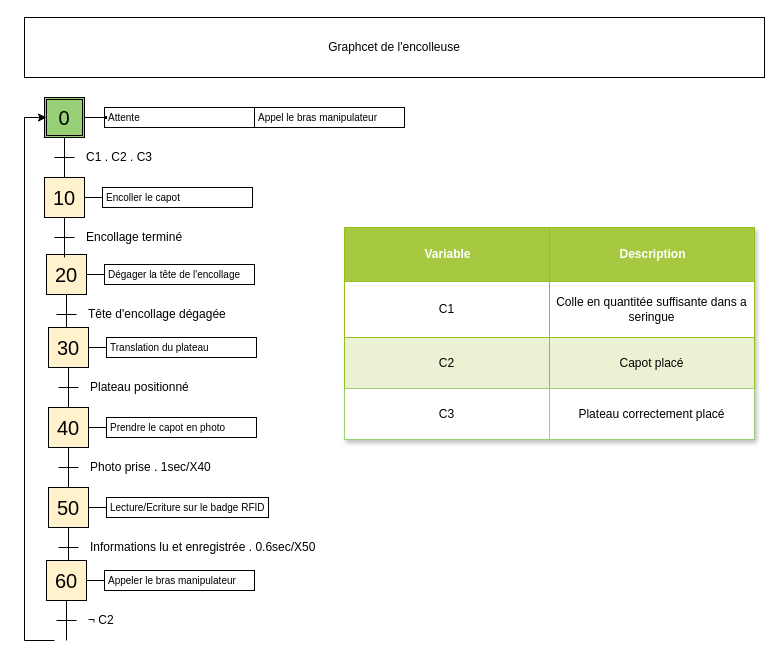
The draw.io diagram PDCA5 (AUTOMATISATION-ERGONOMIE)/GRAFCET/GrafcetEncolleuse.drawio in CharifMah/Systemes_automatises, before the edit. Source tidied: cells renumbered, new cells numbered last; positions are measured from the earlier drawing's top-left corner, leaving out a move shared by most shapes. Both pictures are drawn from the tidied source at 100%, with x=0, y=0 at pixel (24, 17).
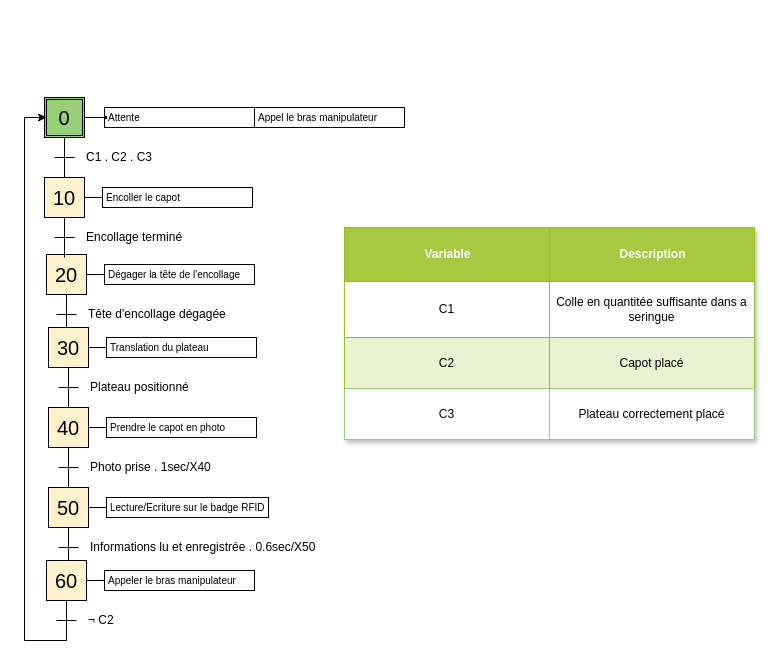
Above is the later version.

The change refers to these unchanged cells:
```xml
<mxCell id="19" value="0" style="rounded=0;whiteSpace=wrap;html=1;fontSize=20;align=center;gradientColor=#97d077;fillColor=none;imageWidth=20;imageHeight=20;" parent="17" vertex="1">
  <mxGeometry x="2" y="2" width="36" height="36" as="geometry" />
</mxCell>
<mxCell id="67" value="60" style="rounded=0;whiteSpace=wrap;html=1;fontSize=20;align=center;fillColor=#fff2cc;startSize=20;strokeColor=#000000;" parent="66" vertex="1">
  <mxGeometry width="40" height="40" as="geometry" />
</mxCell>
```

Diff of the diagram source:
```diff
@@
-    <mxCell id="43" style="edgeStyle=orthogonalEdgeStyle;rounded=0;jettySize=auto;html=1;entryX=0;entryY=0.5;entryDx=0;entryDy=0;" parent="1" edge="1" target="19">
+    <mxCell id="43" style="edgeStyle=orthogonalEdgeStyle;rounded=0;jettySize=auto;html=1;entryX=0;entryY=0.5;entryDx=0;entryDy=0;exitX=0.5;exitY=1;exitDx=0;exitDy=0;" parent="1" edge="1" source="67" target="19">
       <mxGeometry relative="1" as="geometry">
-        <mxPoint x="30" y="623" as="sourcePoint" />
         <Array as="points">
+          <mxPoint x="42" y="623" />
           <mxPoint y="623" />
           <mxPoint y="100" />
         </Array>
       </mxGeometry>
     </mxCell>
-    <mxCell id="44" value="Graphcet de l'encolleuse" style="rounded=0;whiteSpace=wrap;html=1;" parent="1" vertex="1">
-      <mxGeometry width="740" height="60" as="geometry" />
-    </mxCell>
```
